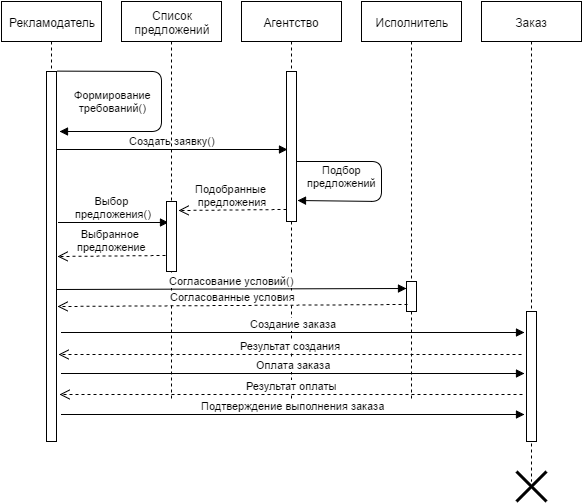
Earlier version of the draw.io export res/sequence_diagram_client.png (borisovvictor/SocialMediaExchange). Source tidied: cells renumbered, new cells last; positions are measured from the earlier drawing's top-left corner, leaving out a move shared by most shapes.
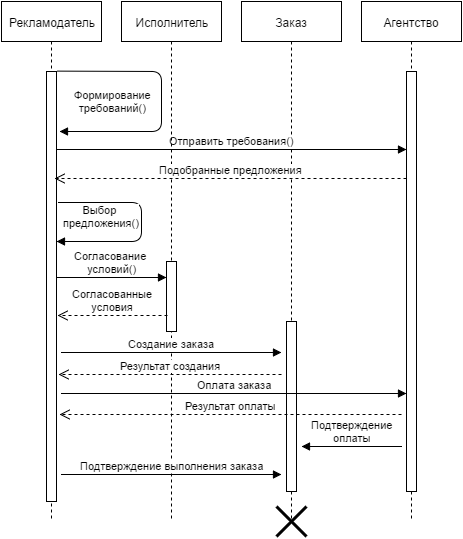
The same file after the commit.

What changed in the source:
```diff
@@ -3,60 +3,46 @@
     <mxCell id="0" style="html=1;" />
     <mxCell id="1" style="html=1;" parent="0" />
     <mxCell id="2" value="Заказ" style="shape=umlLifeline;perimeter=lifelinePerimeter;whiteSpace=wrap;html=1;rounded=0;fillColor=#FFFFFF;gradientColor=none;" parent="1" vertex="1">
-      <mxGeometry x="480" width="100" height="480" as="geometry" />
+      <mxGeometry x="240" width="100" height="520" as="geometry" />
     </mxCell>
     <mxCell id="3" style="html=1;perimeter=orthogonalPerimeter;rounded=0;fillColor=#FFFFFF;gradientColor=none;" parent="2" vertex="1">
-      <mxGeometry x="45" y="310" width="10" height="130" as="geometry" />
+      <mxGeometry x="45" y="320" width="10" height="170" as="geometry" />
     </mxCell>
     <mxCell id="4" value="Рекламодатель" style="shape=umlLifeline;perimeter=lifelinePerimeter;whiteSpace=wrap;html=1;rounded=0;fillColor=#FFFFFF;gradientColor=none;" parent="1" vertex="1">
-      <mxGeometry width="100" height="440" as="geometry" />
+      <mxGeometry width="100" height="520" as="geometry" />
     </mxCell>
     <mxCell id="5" style="html=1;points=[];perimeter=orthogonalPerimeter;rounded=0;fillColor=#FFFFFF;gradientColor=none;" parent="4" vertex="1">
-      <mxGeometry x="45" y="70" width="10" height="370" as="geometry" />
+      <mxGeometry x="45" y="70" width="10" height="430" as="geometry" />
     </mxCell>
-    <mxCell id="6" value="Создать заявку&lt;span style=&quot;line-height: 1.2&quot;&gt;()&lt;/span&gt;" style="html=1;verticalAlign=bottom;endArrow=block;entryX=0.1;entryY=0.85;entryPerimeter=0;" parent="1" edge="1">
+    <mxCell id="6" value="Отправить требования()" style="html=1;verticalAlign=bottom;endArrow=block;" parent="1" edge="1" target="11">
       <mxGeometry relative="1" as="geometry">
         <mxPoint x="55" y="148" as="sourcePoint" />
-        <mxPoint x="286" y="148" as="targetPoint" />
       </mxGeometry>
     </mxCell>
-    <mxCell id="7" value="Выбранное&amp;nbsp;&lt;div&gt;предложение&lt;/div&gt;" style="html=1;verticalAlign=bottom;endArrow=open;dashed=1;endSize=8;entryX=1.1;entryY=0.577;entryPerimeter=0;exitX=-0.1;exitY=0.52;exitPerimeter=0;" parent="1" edge="1">
-      <mxGeometry relative="1" as="geometry">
-        <mxPoint x="164" y="254" as="sourcePoint" />
-        <mxPoint x="56" y="255" as="targetPoint" />
-      </mxGeometry>
-    </mxCell>
-    <mxCell id="8" value="&lt;span&gt;Выбор&amp;nbsp;&lt;/span&gt;&lt;div&gt;&lt;span&gt;предложения()&lt;/span&gt;&lt;/div&gt;" style="html=1;verticalAlign=bottom;endArrow=block;entryX=0.2;entryY=0.06;entryPerimeter=0;" parent="1" edge="1">
-      <mxGeometry relative="1" as="geometry">
-        <mxPoint x="57" y="221" as="sourcePoint" />
-        <mxPoint x="167" y="221" as="targetPoint" />
+    <mxCell id="8" value="&lt;span&gt;Выбор&amp;nbsp;&lt;/span&gt;&lt;div&gt;&lt;span&gt;предложения()&lt;/span&gt;&lt;/div&gt;" style="html=1;verticalAlign=bottom;endArrow=block;" parent="1" edge="1">
+      <mxGeometry x="0.56" y="-10" relative="1" as="geometry">
+        <mxPoint x="57" y="201" as="sourcePoint" />
+        <mxPoint x="55" y="240" as="targetPoint" />
+        <Array as="points">
+          <mxPoint x="140" y="201" />
+          <mxPoint x="140" y="240" />
+        </Array>
       </mxGeometry>
     </mxCell>
     <mxCell id="9" style="shape=umlDestroy;whiteSpace=wrap;html=1;strokeWidth=3;rounded=0;fillColor=#FFFFFF;gradientColor=none;" parent="1" vertex="1">
-      <mxGeometry x="515" y="470" width="30" height="30" as="geometry" />
+      <mxGeometry x="275" y="505" width="30" height="30" as="geometry" />
     </mxCell>
     <mxCell id="10" value="Агентство" style="shape=umlLifeline;perimeter=lifelinePerimeter;whiteSpace=wrap;html=1;rounded=0;fillColor=#FFFFFF;gradientColor=none;" parent="1" vertex="1">
-      <mxGeometry x="240" width="100" height="400" as="geometry" />
+      <mxGeometry x="360" width="100" height="520" as="geometry" />
     </mxCell>
     <mxCell id="11" style="html=1;points=[];perimeter=orthogonalPerimeter;rounded=0;fillColor=#FFFFFF;gradientColor=none;" parent="10" vertex="1">
-      <mxGeometry x="45" y="70" width="10" height="150" as="geometry" />
+      <mxGeometry x="45" y="70" width="10" height="420" as="geometry" />
     </mxCell>
-    <mxCell id="12" value="Подбор&lt;div&gt;предложений&lt;/div&gt;" style="html=1;verticalAlign=bottom;endArrow=block;entryX=1.1;entryY=0.527;entryPerimeter=0;" parent="10" edge="1">
-      <mxGeometry y="50" as="geometry">
-        <mxPoint x="55" y="160" as="sourcePoint" />
-        <mxPoint x="56" y="199" as="targetPoint" />
-        <Array as="points">
-          <mxPoint x="140" y="160" />
-          <mxPoint x="140" y="200" />
-        </Array>
-        <mxPoint x="45" y="10" as="offset" />
-      </mxGeometry>
-    </mxCell>
     <mxCell id="13" value="Исполнитель" style="shape=umlLifeline;perimeter=lifelinePerimeter;whiteSpace=wrap;html=1;rounded=0;fillColor=#FFFFFF;gradientColor=none;" parent="1" vertex="1">
-      <mxGeometry x="360" width="100" height="400" as="geometry" />
+      <mxGeometry x="120" width="100" height="520" as="geometry" />
     </mxCell>
     <mxCell id="14" style="html=1;points=[];perimeter=orthogonalPerimeter;rounded=0;fillColor=#FFFFFF;gradientColor=none;" parent="13" vertex="1">
-      <mxGeometry x="45" y="280" width="10" height="30" as="geometry" />
+      <mxGeometry x="45" y="260" width="10" height="70" as="geometry" />
     </mxCell>
     <mxCell id="15" value="Формирование&lt;div&gt;требований()&lt;/div&gt;" style="html=1;verticalAlign=bottom;endArrow=block;exitX=0.969;exitY=0.406;exitPerimeter=0;" parent="1" edge="1">
       <mxGeometry as="geometry">
@@ -69,55 +55,56 @@
         <mxPoint x="55" y="15" as="offset" />
       </mxGeometry>
     </mxCell>
-    <mxCell id="16" value="Список&lt;div&gt;предложений&lt;/div&gt;" style="shape=umlLifeline;perimeter=lifelinePerimeter;whiteSpace=wrap;html=1;rounded=0;fillColor=#FFFFFF;gradientColor=none;" parent="1" vertex="1">
-      <mxGeometry x="120" width="100" height="400" as="geometry" />
-    </mxCell>
-    <mxCell id="17" style="html=1;perimeter=orthogonalPerimeter;rounded=0;fillColor=#FFFFFF;gradientColor=none;" parent="16" vertex="1">
-      <mxGeometry x="45" y="200" width="10" height="70" as="geometry" />
-    </mxCell>
-    <mxCell id="18" value="Подобранные&amp;nbsp;&lt;div&gt;предложения&lt;/div&gt;" style="html=1;verticalAlign=bottom;endArrow=open;dashed=1;endSize=8;entryX=1.1;entryY=0.577;entryPerimeter=0;exitX=-0.1;exitY=0.52;exitPerimeter=0;" parent="1" edge="1">
-      <mxGeometry x="157" y="208" as="geometry">
-        <mxPoint x="285" y="208" as="sourcePoint" />
-        <mxPoint x="177" y="209" as="targetPoint" />
+    <mxCell id="18" value="Подобранные &lt;span style=&quot;line-height: 1.2&quot;&gt;предложения&lt;/span&gt;" style="html=1;verticalAlign=bottom;endArrow=open;dashed=1;endSize=8;entryX=0.8;entryY=0.343;entryPerimeter=0;" parent="1" edge="1" source="11">
+      <mxGeometry x="157" y="178" as="geometry">
+        <mxPoint x="53" y="177" as="targetPoint" />
       </mxGeometry>
     </mxCell>
-    <mxCell id="19" value="Согласование условий()" style="html=1;verticalAlign=bottom;endArrow=block;entryX=0;entryY=0.233;entryPerimeter=0;" parent="1" edge="1" target="14">
+    <mxCell id="19" value="Согласование&amp;nbsp;&lt;div&gt;условий()&lt;/div&gt;" style="html=1;verticalAlign=bottom;endArrow=block;entryX=0;entryY=0.233;entryPerimeter=0;" parent="1" edge="1" target="14">
       <mxGeometry x="35" y="288" as="geometry">
-        <mxPoint x="55" y="288" as="sourcePoint" />
+        <mxPoint x="56" y="276" as="sourcePoint" />
       </mxGeometry>
     </mxCell>
-    <mxCell id="20" value="Согласованные условия" style="html=1;verticalAlign=bottom;endArrow=open;dashed=1;endSize=8;entryX=1.1;entryY=0.635;entryPerimeter=0;exitX=0.1;exitY=0.767;exitPerimeter=0;" parent="1" edge="1" source="14" target="5">
-      <mxGeometry x="46" y="314" as="geometry" />
+    <mxCell id="20" value="Согласованные&lt;div&gt;условия&lt;/div&gt;" style="html=1;verticalAlign=bottom;endArrow=open;dashed=1;endSize=8;exitX=0.1;exitY=0.767;exitPerimeter=0;" parent="1" edge="1" source="14">
+      <mxGeometry x="46" y="314" as="geometry">
+        <mxPoint x="56" y="314" as="targetPoint" />
+      </mxGeometry>
     </mxCell>
     <mxCell id="21" value="Создание заказа" style="html=1;verticalAlign=bottom;endArrow=block;" parent="1" edge="1">
-      <mxGeometry x="40" y="331" as="geometry">
-        <mxPoint x="60" y="331" as="sourcePoint" />
-        <mxPoint x="523" y="331" as="targetPoint" />
+      <mxGeometry x="40" y="351" as="geometry">
+        <mxPoint x="60" y="351" as="sourcePoint" />
+        <mxPoint x="280" y="351" as="targetPoint" />
       </mxGeometry>
     </mxCell>
     <mxCell id="22" value="Оплата заказа" style="html=1;verticalAlign=bottom;endArrow=block;" parent="1" edge="1">
-      <mxGeometry x="40" y="372" as="geometry">
-        <mxPoint x="60" y="372" as="sourcePoint" />
-        <mxPoint x="523" y="372" as="targetPoint" />
+      <mxGeometry x="40" y="392" as="geometry">
+        <mxPoint x="60" y="392" as="sourcePoint" />
+        <mxPoint x="405" y="392" as="targetPoint" />
       </mxGeometry>
     </mxCell>
     <mxCell id="23" value="Результат создания" style="html=1;verticalAlign=bottom;endArrow=open;dashed=1;endSize=8;entryX=1.2;entryY=0.777;entryPerimeter=0;" parent="1" edge="1">
-      <mxGeometry x="46" y="364" as="geometry">
-        <mxPoint x="520" y="353" as="sourcePoint" />
-        <mxPoint x="57" y="353" as="targetPoint" />
+      <mxGeometry x="46" y="384" as="geometry">
+        <mxPoint x="280" y="373" as="sourcePoint" />
+        <mxPoint x="57" y="373" as="targetPoint" />
       </mxGeometry>
     </mxCell>
     <mxCell id="24" value="Результат оплаты" style="html=1;verticalAlign=bottom;endArrow=open;dashed=1;endSize=8;entryX=1.2;entryY=0.777;entryPerimeter=0;" parent="1" edge="1">
-      <mxGeometry x="47" y="404" as="geometry">
-        <mxPoint x="521" y="393" as="sourcePoint" />
-        <mxPoint x="58" y="393" as="targetPoint" />
+      <mxGeometry x="47" y="424" as="geometry">
+        <mxPoint x="400" y="413" as="sourcePoint" />
+        <mxPoint x="58" y="413" as="targetPoint" />
       </mxGeometry>
     </mxCell>
     <mxCell id="25" value="Подтверждение выполнения заказа" style="html=1;verticalAlign=bottom;endArrow=block;" parent="1" edge="1">
-      <mxGeometry x="40" y="413" as="geometry">
-        <mxPoint x="60" y="413" as="sourcePoint" />
-        <mxPoint x="523" y="413" as="targetPoint" />
+      <mxGeometry x="40" y="473" as="geometry">
+        <mxPoint x="60" y="473" as="sourcePoint" />
+        <mxPoint x="280" y="473" as="targetPoint" />
       </mxGeometry>
     </mxCell>
+    <mxCell id="26" value="Подтверждение&lt;div&gt;оплаты&lt;/div&gt;" style="html=1;verticalAlign=bottom;endArrow=block;" parent="1" edge="1">
+      <mxGeometry x="380" y="445" as="geometry">
+        <mxPoint x="400" y="445" as="sourcePoint" />
+        <mxPoint x="300" y="445" as="targetPoint" />
+      </mxGeometry>
+    </mxCell>
   </root>
 </mxGraphModel>
```
